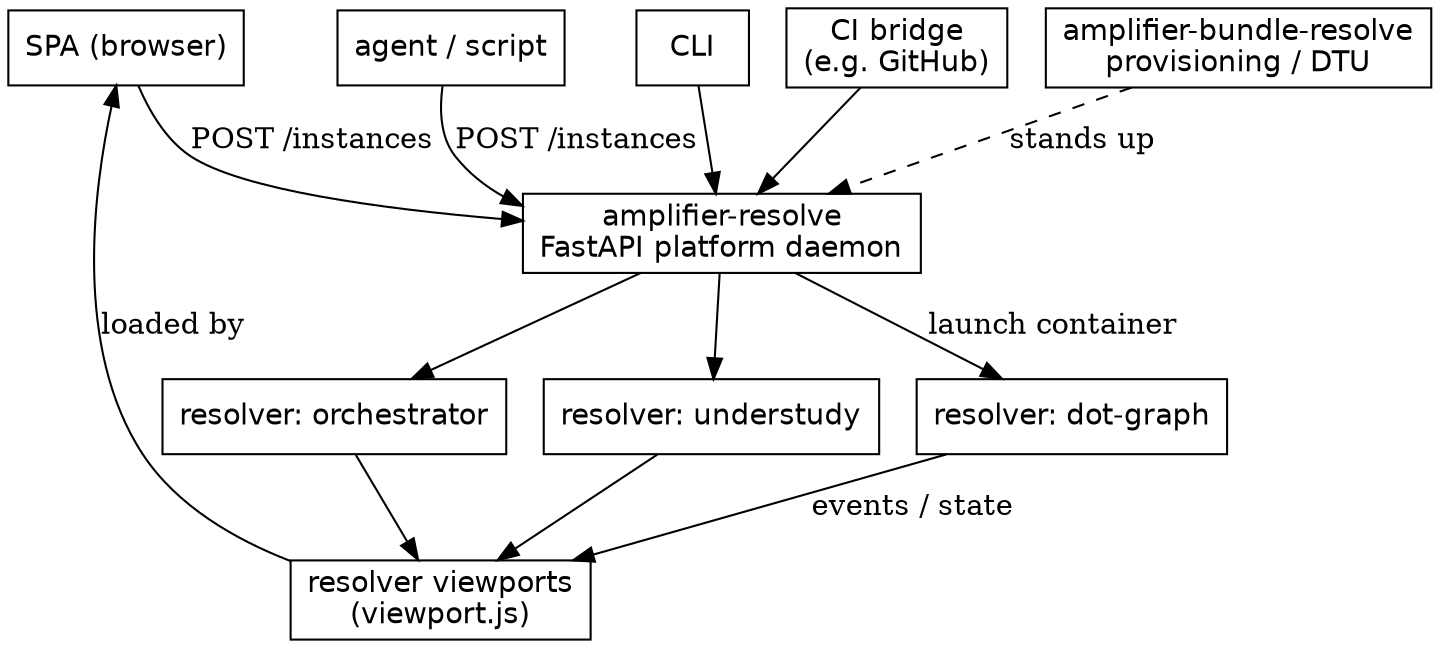
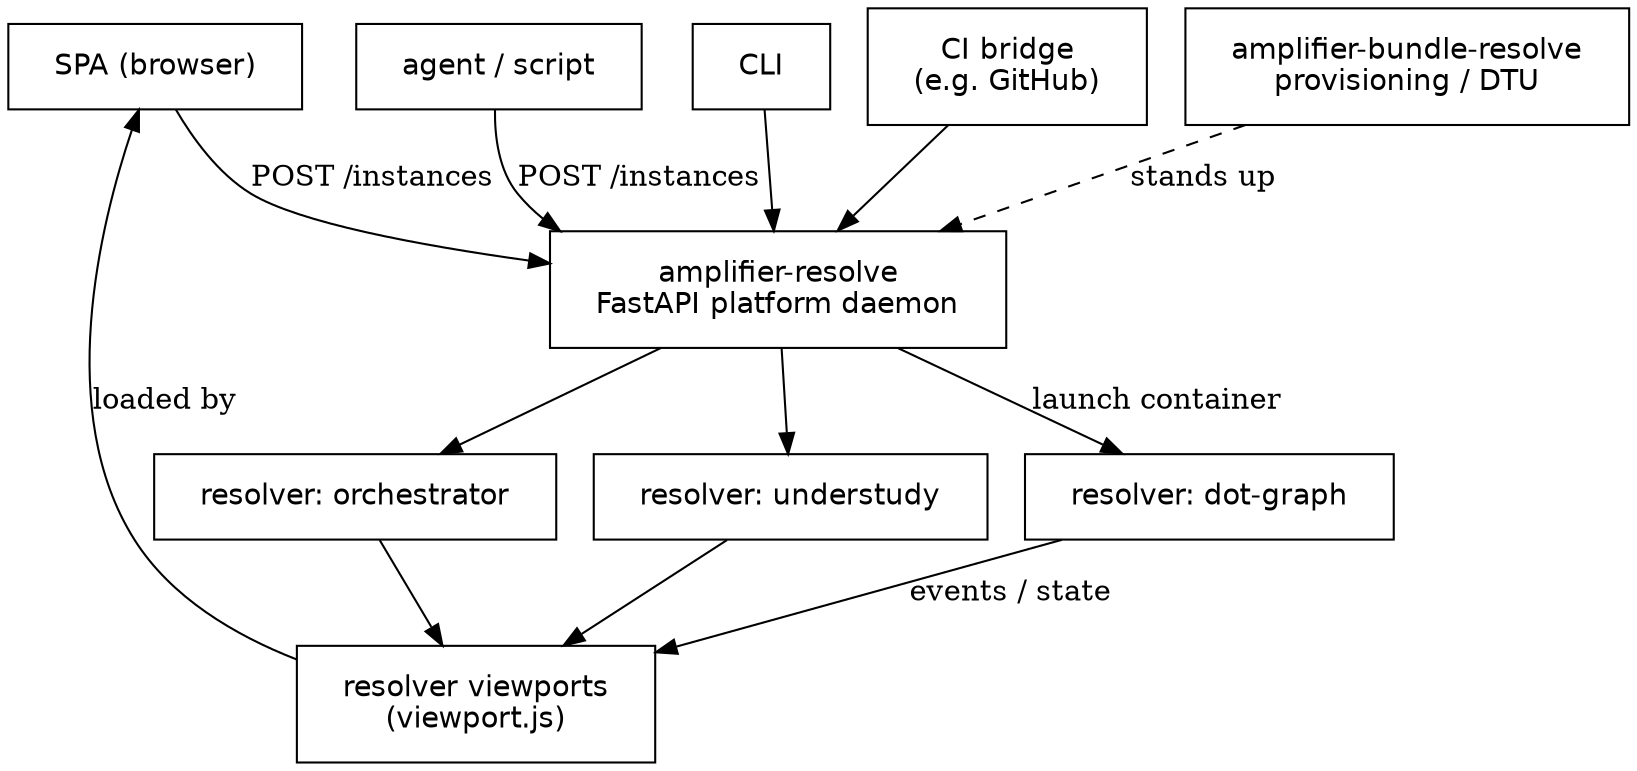
// Resolve platform — end-to-end flow. Structural only; layout is computed.
// The top row is ANY consumer of the API, not a single privileged path.
digraph architecture_map {
  rankdir=TB;
-   node [shape=box, fontname="Helvetica"];
+   node [shape=box, fontsize=14, margin="0.3,0.18", fontname="Helvetica"];

  // consumers — any caller of the platform's HTTP API
-   spa     [label="SPA (browser)"];
-   agent   [label="agent / script"];
-   cli     [label="CLI"];
-   bridge  [label="CI bridge\n(e.g. GitHub)"];
+   spa     [class="consumer", label="SPA (browser)"];
+   agent   [class="consumer", label="agent / script"];
+   cli     [class="consumer", label="CLI"];
+   bridge  [class="consumer", label="CI bridge\n(e.g. GitHub)"];

-   platform     [label="amplifier-resolve\nFastAPI platform daemon"];
-   dotgraph     [label="resolver: dot-graph"];
-   orchestrator [label="resolver: orchestrator"];
-   understudy   [label="resolver: understudy"];
-   viewports    [label="resolver viewports\n(viewport.js)"];
-   provisioning [label="amplifier-bundle-resolve\nprovisioning / DTU"];
+   platform     [class="platform", label="amplifier-resolve\nFastAPI platform daemon"];
+   dotgraph     [class="resolver", label="resolver: dot-graph"];
+   orchestrator [class="resolver", label="resolver: orchestrator"];
+   understudy   [class="resolver", label="resolver: understudy"];
+   viewports    [class="viewport", label="resolver viewports\n(viewport.js)"];
+   provisioning [class="provision", label="amplifier-bundle-resolve\nprovisioning / DTU"];

  spa    -> platform [label="POST /instances"];
  agent  -> platform [label="POST /instances"];
  cli    -> platform;
  bridge -> platform;

  platform -> dotgraph     [label="launch container"];
  platform -> orchestrator;
  platform -> understudy;

  dotgraph     -> viewports [label="events / state"];
  orchestrator -> viewports;
  understudy   -> viewports;

  viewports    -> spa       [label="loaded by"];
  provisioning -> platform  [label="stands up", style=dashed];
}
